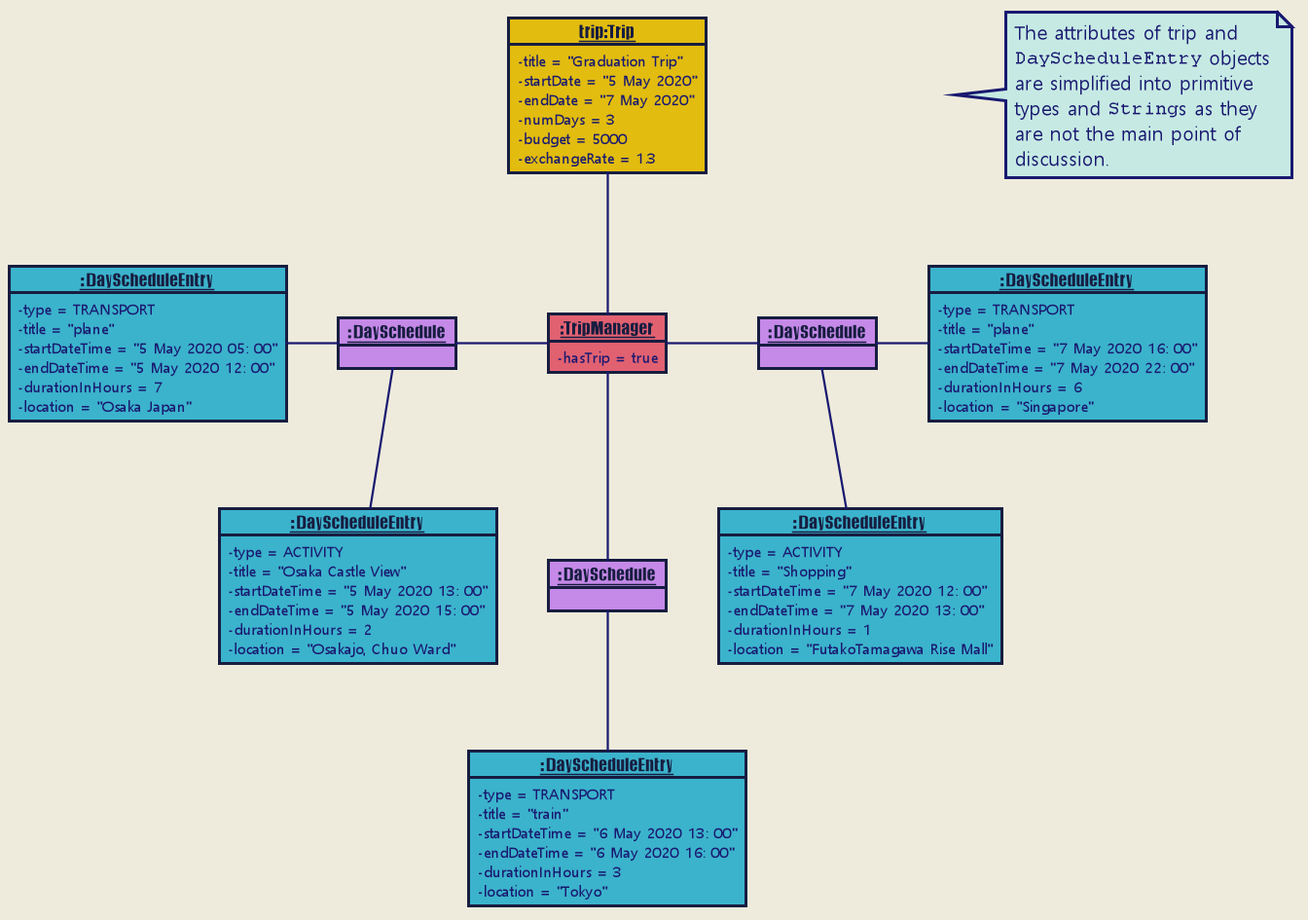
Earlier version of the PlantUML export docs/images/developer-guide/schedule-feature/ScheduleFeatureObjectDiagram.png (zenatrick/main).
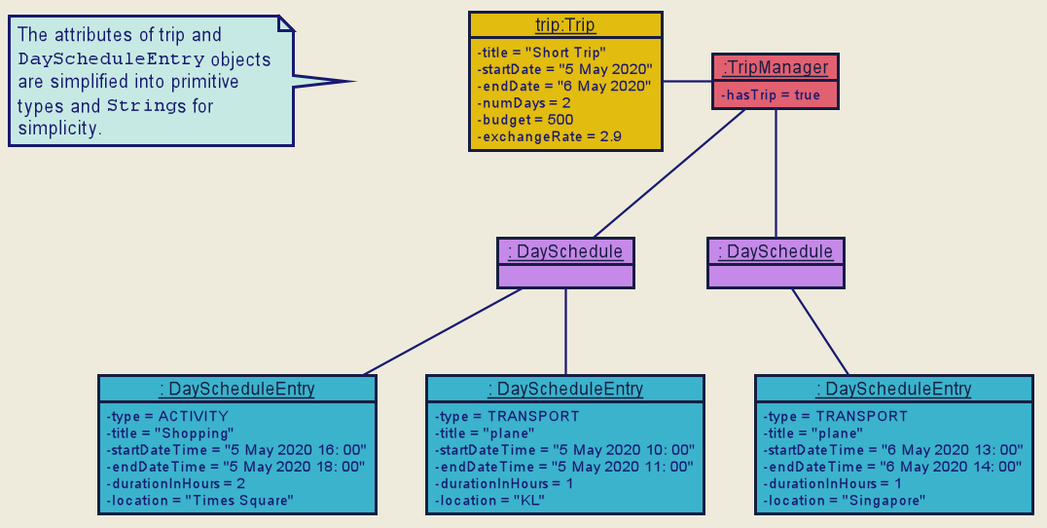
The same diagram one commit later.

Change to the diagram source:
```diff
@@ -1,6 +1,4 @@
 @startuml
-
-
 
 
 
@@ -15,7 +13,7 @@
 
 skinparam Default {
     FontColor #171D40
-    FontName Malgun Gothic
+    FontName Arial
     TextAlignment center
 }
 
@@ -26,7 +24,7 @@
 
 skinparam Title {
     FontColor #171D40
-    FontName Impact
+    FontName Arial
     FontSize 22
 }
 
@@ -45,12 +43,12 @@
 skinparam Class {
     BorderThickness 1
     BorderColor #171D40
-    BackgroundColor MediumAquaMarine
+    BackgroundColor #A2E5F9
     AttributeFontColor MidNightBlue
     AttributeIconSize 0
     StereotypeFontColor #171D40
     StereotypeFontStyle normal
-    FontName Impact
+    FontName Arial
 }
 
 skinparam Object {
@@ -61,7 +59,7 @@
     AttributeIconSize 0
     StereotypeFontColor #171D40
     StereotypeFontStyle normal
-    FontName Impact
+    FontName Arial
 }
 
 skinparam Actor {
@@ -81,7 +79,7 @@
     TitleFontColor #171D40
     StereotypeFontStyle normal
     BoxFontSize 22
-    BoxFontName Impact
+    BoxFontName Arial
     BoxFontStyle normal
     BoxPadding 0
     BoxBorderColor #EEEBDC
@@ -96,31 +94,29 @@
     EndColor #171D40
     BorderThickness 1.5
     BorderColor #171D40
-    BackgroundColor MediumAquaMarine
-    DiamondBackgroundColor MediumAquaMarine
+    BackgroundColor #A2E5F9
+    DiamondBackgroundColor #A2E5F9
     DiamondBorderColor #171D40
 }
 
 hide footbox
 hide circle
 
-
-note right of N
+note left of N
 The attributes of trip and
 ""DayScheduleEntry"" objects
 are simplified into primitive
-types and ""String""s as they
-are not the main point of
-discussion.
+types and ""String""s for
+simplicity.
 end note
 
 Object "__trip:Trip__" as Trip #E2BC0F {
-    -  title = "Graduation Trip"
+    -  title = "Short Trip"
     - startDate = "5 May 2020"
-    - endDate = "7 May 2020"
-    - numDays = 3
-    - budget = 5000
-    - exchangeRate = 1.3
+    - endDate = "6 May 2020"
+    - numDays = 2
+    - budget = 500
+    - exchangeRate = 2.9
 }
 
 Object "__:TripManager__" as TripManager #E16171 {
@@ -129,68 +125,47 @@
 
 Object "__: DaySchedule__" as DaySchedule1 #C589E8
 Object "__: DaySchedule__" as DaySchedule2 #C589E8
-Object "__: DaySchedule__" as DaySchedule3 #C589E8
 
 Object "__: DayScheduleEntry__" as DayScheduleEntry1 #3BB3CC {
 - type = TRANSPORT
 - title = "plane"
-- startDateTime = "5 May 2020 05: 00"
-- endDateTime = "5 May 2020 12: 00"
-- durationInHours = 7
-- location = "Osaka Japan"
+- startDateTime = "5 May 2020 10: 00"
+- endDateTime = "5 May 2020 11: 00"
+- durationInHours = 1
+- location = "KL"
 }
 
 Object "__: DayScheduleEntry__" as DayScheduleEntry2 #3BB3CC {
 - type = ACTIVITY
-- title = "Osaka Castle View"
-- startDateTime = "5 May 2020 13: 00"
-- endDateTime = "5 May 2020 15: 00"
+- title = "Shopping"
+- startDateTime = "5 May 2020 16: 00"
+- endDateTime = "5 May 2020 18: 00"
 - durationInHours = 2
-- location = "Osakajo, Chuo Ward"
+- location = "Times Square"
 }
 
 Object "__: DayScheduleEntry__" as DayScheduleEntry3 #3BB3CC {
 - type = TRANSPORT
-- title = "train"
+- title = "plane"
 - startDateTime = "6 May 2020 13: 00"
-- endDateTime = "6 May 2020 16: 00"
-- durationInHours = 3
-- location = "Tokyo"
-}
-
-Object "__: DayScheduleEntry__" as DayScheduleEntry4 #3BB3CC {
-- type = ACTIVITY
-- title = "Shopping"
-- startDateTime = "7 May 2020 12: 00"
-- endDateTime = "7 May 2020 13: 00"
+- endDateTime = "6 May 2020 14: 00"
 - durationInHours = 1
-- location = "FutakoTamagawa Rise Mall"
-}
-
-Object "__: DayScheduleEntry__" as DayScheduleEntry5 #3BB3CC {
-- type = TRANSPORT
-- title = "plane"
-- startDateTime = "7 May 2020 16: 00"
-- endDateTime = "7 May 2020 22: 00"
-- durationInHours = 6
 - location = "Singapore"
 }
 
-TripManager -up- Trip
+Trip - TripManager
 
-TripManager -left- DaySchedule1
-TripManager -down- DaySchedule2
-TripManager -right- DaySchedule3
+TripManager -- DaySchedule1
+TripManager -- DaySchedule2
 
-DaySchedule1 -left- DayScheduleEntry1
-DaySchedule1 -down- DayScheduleEntry2
-DaySchedule2 -down- DayScheduleEntry3
-DaySchedule3 -down- DayScheduleEntry4
-DaySchedule3 -right- DayScheduleEntry5
+DaySchedule1 -- DayScheduleEntry1
+DaySchedule1 -- DayScheduleEntry2
+DaySchedule2 -- DayScheduleEntry3
 
-Trip - A
-A - N
-hide A
+Trip -down[hidden]- DaySchedule1
+Trip -down[hidden]- DaySchedule2
+
+N - Trip
 hide N
 
 @enduml
```
